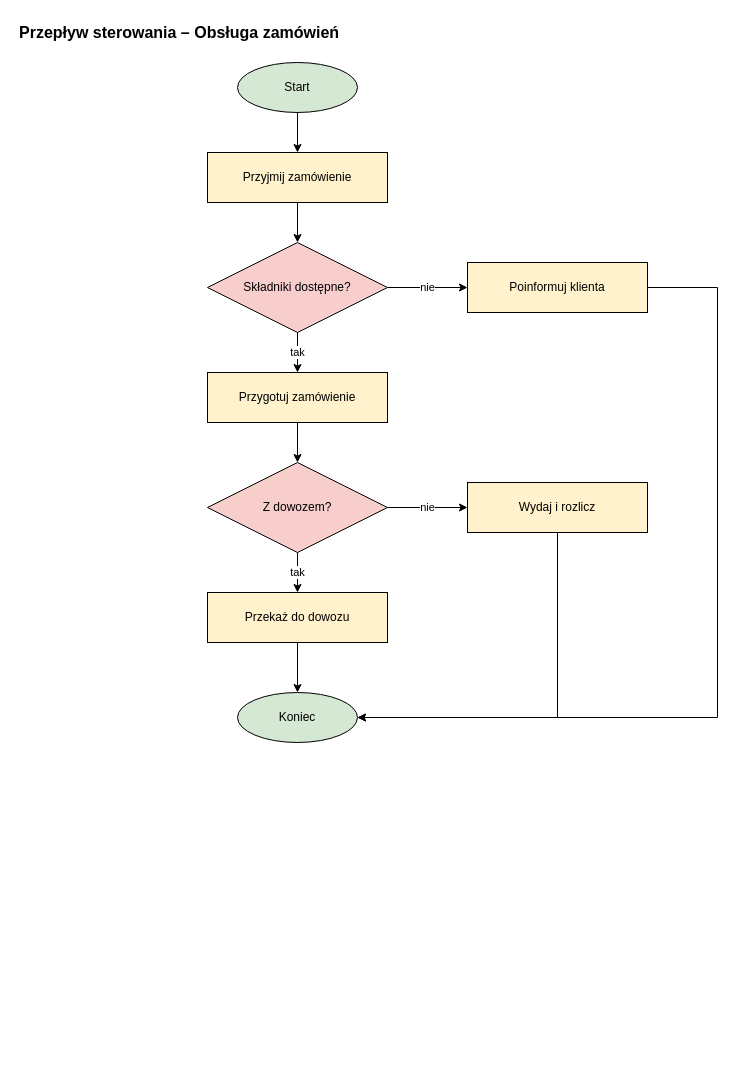
This is diagramy/03_przeplyw_sterowania/cfd_1_zamowienia.drawio from olimo54323/OiZPI-laboratorium, a draw.io file, before an edit. Source tidied: cells renumbered, new cells numbered last; positions are measured from the earlier drawing's top-left corner, leaving out a move shared by most shapes. Both pictures are drawn from the tidied source at 100%, with x=0, y=0 at pixel (17, 17).
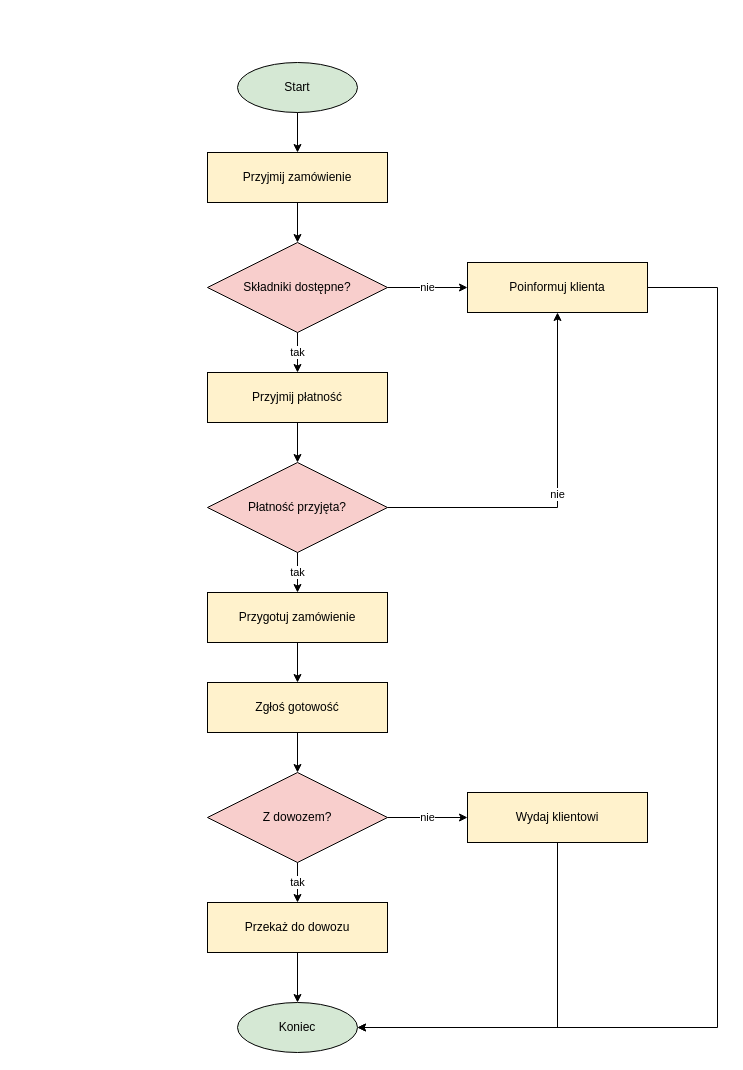
After the change.

The change refers to these unchanged cells:
```xml
<mxCell id="5" value="Składniki dostępne?" style="rhombus;whiteSpace=wrap;html=1;fillColor=#f8cecc;strokeColor=#000000;fontSize=12;" parent="1" vertex="1">
  <mxGeometry x="190" y="225" width="180" height="90" as="geometry" />
</mxCell>
```

Diff of the diagram source:
```diff
@@
-    <mxCell id="2" value="Przepływ sterowania – Obsługa zamówień" style="text;html=1;align=left;verticalAlign=middle;fontSize=16;fontStyle=1;" parent="1" vertex="1">
-      <mxGeometry width="420" height="30" as="geometry" />
-    </mxCell>
@@
-    <mxCell id="6" value="Przygotuj zamówienie" style="rounded=0;whiteSpace=wrap;html=1;fillColor=#fff2cc;strokeColor=#000000;fontSize=12;" parent="1" vertex="1">
+    <mxCell id="6" value="Przyjmij płatność" style="rounded=0;whiteSpace=wrap;html=1;fillColor=#fff2cc;strokeColor=#000000;fontSize=12;" parent="1" vertex="1">
       <mxGeometry x="190" y="355" width="180" height="50" as="geometry" />
     </mxCell>
-    <mxCell id="7" value="Z dowozem?" style="rhombus;whiteSpace=wrap;html=1;fillColor=#f8cecc;strokeColor=#000000;fontSize=12;" parent="1" vertex="1">
+    <mxCell id="7" value="Płatność przyjęta?" style="rhombus;whiteSpace=wrap;html=1;fillColor=#f8cecc;strokeColor=#000000;fontSize=12;" parent="1" vertex="1">
       <mxGeometry x="190" y="445" width="180" height="90" as="geometry" />
     </mxCell>
-    <mxCell id="8" value="Przekaż do dowozu" style="rounded=0;whiteSpace=wrap;html=1;fillColor=#fff2cc;strokeColor=#000000;fontSize=12;" parent="1" vertex="1">
+    <mxCell id="8" value="Przygotuj zamówienie" style="rounded=0;whiteSpace=wrap;html=1;fillColor=#fff2cc;strokeColor=#000000;fontSize=12;" parent="1" vertex="1">
       <mxGeometry x="190" y="575" width="180" height="50" as="geometry" />
     </mxCell>
-    <mxCell id="9" value="Poinformuj klienta" style="rounded=0;whiteSpace=wrap;html=1;fillColor=#fff2cc;strokeColor=#000000;fontSize=12;" parent="1" vertex="1">
-      <mxGeometry x="450" y="245" width="180" height="50" as="geometry" />
+    <mxCell id="9" value="Zgłoś gotowość" style="rounded=0;whiteSpace=wrap;html=1;fillColor=#fff2cc;strokeColor=#000000;fontSize=12;" parent="1" vertex="1">
+      <mxGeometry x="190" y="665" width="180" height="50" as="geometry" />
     </mxCell>
+    <mxCell id="22" value="Z dowozem?" style="rhombus;whiteSpace=wrap;html=1;fillColor=#f8cecc;strokeColor=#000000;fontSize=12;" parent="1" vertex="1">
+      <mxGeometry x="190" y="755" width="180" height="90" as="geometry" />
+    </mxCell>
-    <mxCell id="10" value="Wydaj i rozlicz" style="rounded=0;whiteSpace=wrap;html=1;fillColor=#fff2cc;strokeColor=#000000;fontSize=12;" parent="1" vertex="1">
-      <mxGeometry x="450" y="465" width="180" height="50" as="geometry" />
+    <mxCell id="10" value="Przekaż do dowozu" style="rounded=0;whiteSpace=wrap;html=1;fillColor=#fff2cc;strokeColor=#000000;fontSize=12;" parent="1" vertex="1">
+      <mxGeometry x="190" y="885" width="180" height="50" as="geometry" />
     </mxCell>
+    <mxCell id="23" value="Wydaj klientowi" style="rounded=0;whiteSpace=wrap;html=1;fillColor=#fff2cc;strokeColor=#000000;fontSize=12;" parent="1" vertex="1">
+      <mxGeometry x="450" y="775" width="180" height="50" as="geometry" />
+    </mxCell>
+    <mxCell id="24" value="Poinformuj klienta" style="rounded=0;whiteSpace=wrap;html=1;fillColor=#fff2cc;strokeColor=#000000;fontSize=12;" parent="1" vertex="1">
+      <mxGeometry x="450" y="245" width="180" height="50" as="geometry" />
+    </mxCell>
     <mxCell id="11" value="Koniec" style="ellipse;whiteSpace=wrap;html=1;fillColor=#d5e8d4;strokeColor=#000000;fontSize=12;" parent="1" vertex="1">
-      <mxGeometry x="220" y="675" width="120" height="50" as="geometry" />
+      <mxGeometry x="220" y="985" width="120" height="50" as="geometry" />
     </mxCell>
@@
-    <mxCell id="15" value="nie" style="endArrow=classic;html=1;rounded=0;edgeStyle=orthogonalEdgeStyle;labelBackgroundColor=#ffffff;fontSize=11;strokeColor=#000000;exitX=1;exitY=0.5;exitDx=0;exitDy=0;entryX=0;entryY=0.5;entryDx=0;entryDy=0;" parent="1" edge="1" source="5" target="9">
+    <mxCell id="15" value="nie" style="endArrow=classic;html=1;rounded=0;edgeStyle=orthogonalEdgeStyle;labelBackgroundColor=#ffffff;fontSize=11;strokeColor=#000000;exitX=1;exitY=0.5;exitDx=0;exitDy=0;entryX=0;entryY=0.5;entryDx=0;entryDy=0;" parent="1" edge="1" source="5" target="24">
       <mxGeometry relative="1" as="geometry" />
     </mxCell>
@@
-    <mxCell id="18" value="nie" style="endArrow=classic;html=1;rounded=0;edgeStyle=orthogonalEdgeStyle;labelBackgroundColor=#ffffff;fontSize=11;strokeColor=#000000;exitX=1;exitY=0.5;exitDx=0;exitDy=0;entryX=0;entryY=0.5;entryDx=0;entryDy=0;" parent="1" edge="1" source="7" target="10">
+    <mxCell id="18" value="nie" style="endArrow=classic;html=1;rounded=0;edgeStyle=orthogonalEdgeStyle;labelBackgroundColor=#ffffff;fontSize=11;strokeColor=#000000;exitX=1;exitY=0.5;exitDx=0;exitDy=0;entryX=0.5;entryY=1;entryDx=0;entryDy=0;" parent="1" edge="1" source="7" target="24">
       <mxGeometry relative="1" as="geometry" />
     </mxCell>
-    <mxCell id="19" style="endArrow=classic;html=1;rounded=0;edgeStyle=orthogonalEdgeStyle;labelBackgroundColor=#ffffff;fontSize=11;strokeColor=#000000;" parent="1" edge="1" source="8" target="11">
+    <mxCell id="19" style="endArrow=classic;html=1;rounded=0;edgeStyle=orthogonalEdgeStyle;labelBackgroundColor=#ffffff;fontSize=11;strokeColor=#000000;" parent="1" edge="1" source="8" target="9">
       <mxGeometry relative="1" as="geometry" />
     </mxCell>
-    <mxCell id="20" style="endArrow=classic;html=1;rounded=0;edgeStyle=orthogonalEdgeStyle;labelBackgroundColor=#ffffff;fontSize=11;strokeColor=#000000;exitX=0.5;exitY=1;exitDx=0;exitDy=0;entryX=1;entryY=0.5;entryDx=0;entryDy=0;" parent="1" edge="1" source="10" target="11">
+    <mxCell id="20" style="endArrow=classic;html=1;rounded=0;edgeStyle=orthogonalEdgeStyle;labelBackgroundColor=#ffffff;fontSize=11;strokeColor=#000000;" parent="1" edge="1" source="9" target="22">
       <mxGeometry relative="1" as="geometry" />
     </mxCell>
-    <mxCell id="21" style="endArrow=classic;html=1;rounded=0;edgeStyle=orthogonalEdgeStyle;labelBackgroundColor=#ffffff;fontSize=11;strokeColor=#000000;exitX=1;exitY=0.5;exitDx=0;exitDy=0;entryX=1;entryY=0.5;entryDx=0;entryDy=0;" parent="1" edge="1" source="9" target="11">
-      <mxGeometry relative="1" as="geometry">
-        <Array as="points">
-          <mxPoint x="700" y="270" />
-          <mxPoint x="700" y="700" />
-        </Array>
-      </mxGeometry>
+    <mxCell id="21" value="tak" style="endArrow=classic;html=1;rounded=0;edgeStyle=orthogonalEdgeStyle;labelBackgroundColor=#ffffff;fontSize=11;strokeColor=#000000;exitX=0.5;exitY=1;exitDx=0;exitDy=0;entryX=0.5;entryY=0;entryDx=0;entryDy=0;" parent="1" edge="1" source="22" target="10">
+      <mxGeometry relative="1" as="geometry" />
     </mxCell>
+    <mxCell id="25" value="nie" style="endArrow=classic;html=1;rounded=0;edgeStyle=orthogonalEdgeStyle;labelBackgroundColor=#ffffff;fontSize=11;strokeColor=#000000;exitX=1;exitY=0.5;exitDx=0;exitDy=0;entryX=0;entryY=0.5;entryDx=0;entryDy=0;" parent="1" edge="1" source="22" target="23">
+      <mxGeometry relative="1" as="geometry" />
+    </mxCell>
+    <mxCell id="26" style="endArrow=classic;html=1;rounded=0;edgeStyle=orthogonalEdgeStyle;labelBackgroundColor=#ffffff;fontSize=11;strokeColor=#000000;" parent="1" edge="1" source="10" target="11">
+      <mxGeometry relative="1" as="geometry" />
+    </mxCell>
+    <mxCell id="27" style="endArrow=classic;html=1;rounded=0;edgeStyle=orthogonalEdgeStyle;labelBackgroundColor=#ffffff;fontSize=11;strokeColor=#000000;exitX=0.5;exitY=1;exitDx=0;exitDy=0;entryX=1;entryY=0.5;entryDx=0;entryDy=0;" parent="1" edge="1" source="23" target="11">
+      <mxGeometry relative="1" as="geometry" />
+    </mxCell>
+    <mxCell id="28" style="endArrow=classic;html=1;rounded=0;edgeStyle=orthogonalEdgeStyle;labelBackgroundColor=#ffffff;fontSize=11;strokeColor=#000000;exitX=1;exitY=0.5;exitDx=0;exitDy=0;entryX=1;entryY=0.5;entryDx=0;entryDy=0;" parent="1" edge="1" source="24" target="11">
+      <mxGeometry relative="1" as="geometry">
+        <Array as="points">
+          <mxPoint x="700" y="270" />
+          <mxPoint x="700" y="1010" />
+        </Array>
+      </mxGeometry>
+    </mxCell>
```
